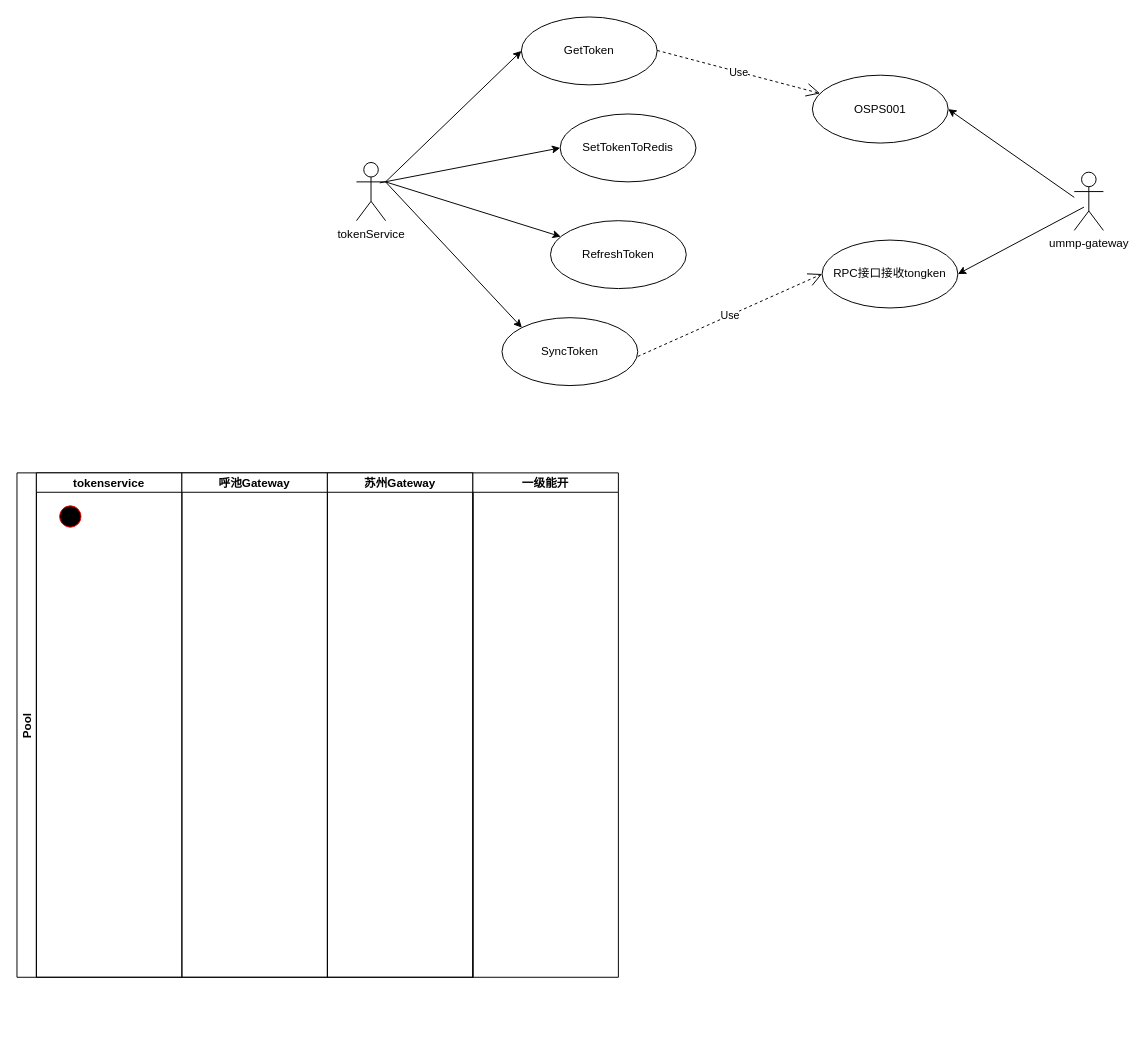
Above: page "用例图" (2 of 2) of 能开token双机房.drawio in hujun8610/doc (draw.io), before the change. Source tidied: cells renumbered, new cells numbered last; positions are measured from the earlier drawing's top-left corner, leaving out a move shared by most shapes. Both pictures are drawn from the tidied source at 97%, with x=0, y=0 at pixel (16, 16).
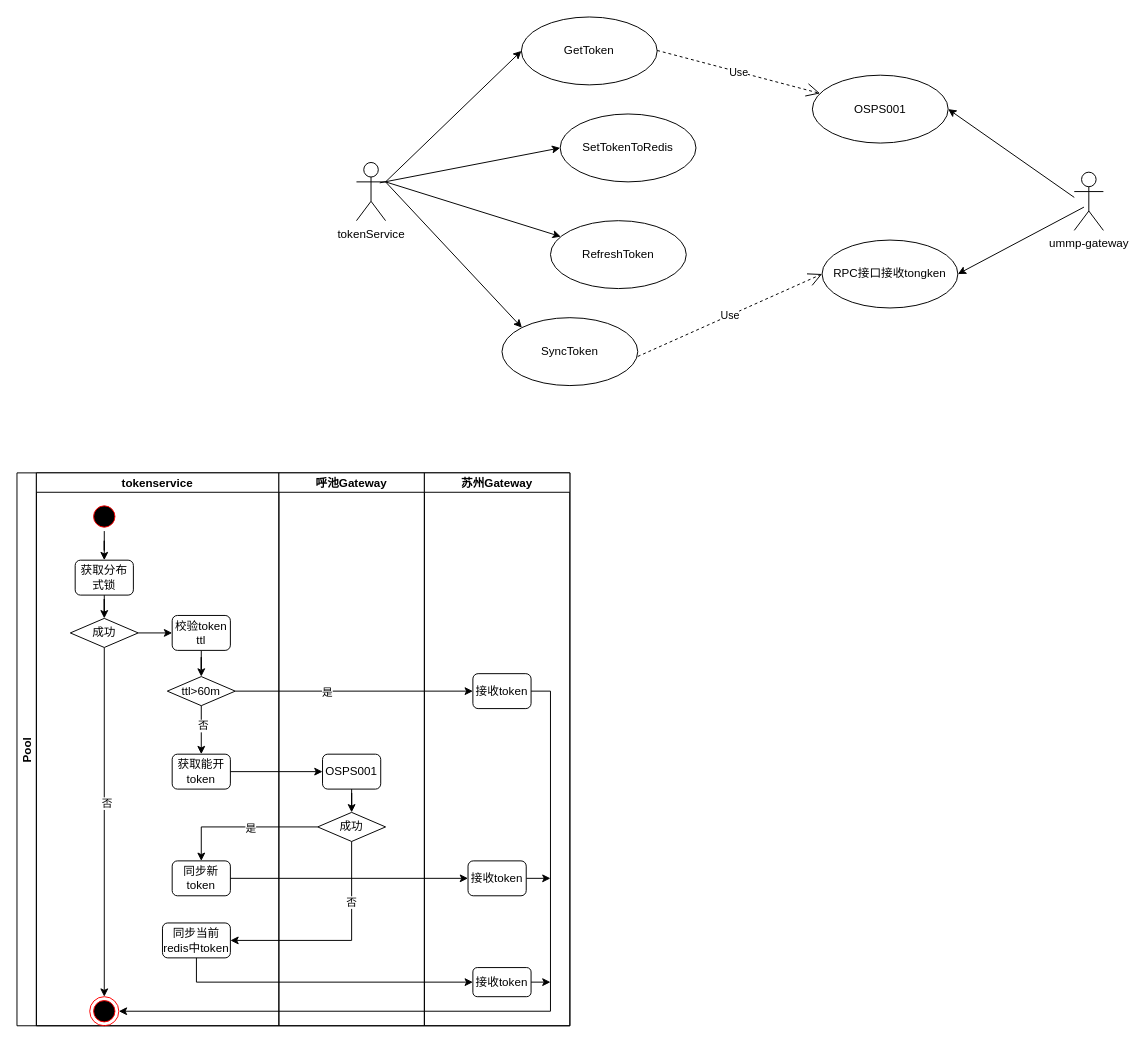
Above is the later version.

Commit message:
更新能开token双机房.drawio

Change to the diagram source:
```diff
@@
     <mxCell id="18" value="Pool" style="swimlane;startSize=20;horizontal=0;" parent="1" vertex="1">
-      <mxGeometry y="470" width="470" height="520" as="geometry" />
+      <mxGeometry y="470" width="570" height="570" as="geometry" />
     </mxCell>
     <mxCell id="19" value="tokenservice" style="swimlane;startSize=20;" parent="18" vertex="1">
-      <mxGeometry x="20" width="150" height="520" as="geometry" />
+      <mxGeometry x="20" width="250" height="570" as="geometry" />
     </mxCell>
+    <mxCell id="24" style="edgeStyle=orthogonalEdgeStyle;rounded=0;jettySize=auto;html=1;" parent="19" edge="1" source="20" target="26">
+      <mxGeometry relative="1" as="geometry" />
+    </mxCell>
     <mxCell id="20" style="ellipse;html=1;shape=startState;fillColor=#000000;strokeColor=#ff0000;" parent="19" vertex="1">
-      <mxGeometry x="20" y="30" width="30" height="30" as="geometry" />
+      <mxGeometry x="55" y="30" width="30" height="30" as="geometry" />
     </mxCell>
+    <mxCell id="25" style="edgeStyle=orthogonalEdgeStyle;rounded=0;jettySize=auto;html=1;exitX=0.5;exitY=1;exitDx=0;exitDy=0;" parent="19" edge="1" source="26" target="30">
+      <mxGeometry relative="1" as="geometry" />
+    </mxCell>
+    <mxCell id="26" value="获取分布式锁" style="rounded=1;whiteSpace=wrap;html=1;" parent="19" vertex="1">
+      <mxGeometry x="40" y="90" width="60" height="36" as="geometry" />
+    </mxCell>
+    <mxCell id="27" style="edgeStyle=orthogonalEdgeStyle;rounded=0;jettySize=auto;html=1;" parent="19" edge="1" source="30" target="31">
+      <mxGeometry relative="1" as="geometry" />
+    </mxCell>
+    <mxCell id="28" value="否" style="edgeLabel;html=1;align=center;verticalAlign=middle;" parent="27" vertex="1">
+      <mxGeometry x="-0.11" y="2" relative="1" as="geometry" />
+    </mxCell>
+    <mxCell id="29" style="edgeStyle=orthogonalEdgeStyle;rounded=0;jettySize=auto;html=1;exitX=1;exitY=0.5;exitDx=0;exitDy=0;entryX=0;entryY=0.5;entryDx=0;entryDy=0;" parent="19" edge="1" source="30" target="33">
+      <mxGeometry relative="1" as="geometry" />
+    </mxCell>
+    <mxCell id="30" value="成功" style="rhombus;whiteSpace=wrap;html=1;" parent="19" vertex="1">
+      <mxGeometry x="35" y="150" width="70" height="30" as="geometry" />
+    </mxCell>
+    <mxCell id="31" style="ellipse;html=1;shape=endState;fillColor=#000000;strokeColor=#ff0000;" parent="19" vertex="1">
+      <mxGeometry x="55" y="540" width="30" height="30" as="geometry" />
+    </mxCell>
+    <mxCell id="32" style="edgeStyle=orthogonalEdgeStyle;rounded=0;jettySize=auto;html=1;entryX=0.5;entryY=0;entryDx=0;entryDy=0;" parent="19" edge="1" source="33" target="36">
+      <mxGeometry relative="1" as="geometry" />
+    </mxCell>
+    <mxCell id="33" value="校验token ttl" style="rounded=1;whiteSpace=wrap;html=1;" parent="19" vertex="1">
+      <mxGeometry x="140" y="147" width="60" height="36" as="geometry" />
+    </mxCell>
+    <mxCell id="34" style="edgeStyle=orthogonalEdgeStyle;rounded=0;jettySize=auto;html=1;entryX=0.5;entryY=0;entryDx=0;entryDy=0;" parent="19" edge="1" source="36" target="37">
+      <mxGeometry relative="1" as="geometry" />
+    </mxCell>
+    <mxCell id="35" value="否" style="edgeLabel;html=1;align=center;verticalAlign=middle;" parent="34" vertex="1">
+      <mxGeometry x="-0.19" y="1" relative="1" as="geometry" />
+    </mxCell>
+    <mxCell id="36" value="ttl&amp;gt;60m" style="rhombus;whiteSpace=wrap;html=1;" parent="19" vertex="1">
+      <mxGeometry x="135" y="210" width="70" height="30" as="geometry" />
+    </mxCell>
+    <mxCell id="37" value="获取能开token" style="rounded=1;whiteSpace=wrap;html=1;" parent="19" vertex="1">
+      <mxGeometry x="140" y="290" width="60" height="36" as="geometry" />
+    </mxCell>
+    <mxCell id="38" value="同步新token" style="rounded=1;whiteSpace=wrap;html=1;" parent="19" vertex="1">
+      <mxGeometry x="140" y="400" width="60" height="36" as="geometry" />
+    </mxCell>
+    <mxCell id="39" value="同步当前redis中token" style="rounded=1;whiteSpace=wrap;html=1;" parent="19" vertex="1">
+      <mxGeometry x="130" y="464" width="70" height="36" as="geometry" />
+    </mxCell>
     <mxCell id="21" value="呼池Gateway" style="swimlane;startSize=20;" parent="18" vertex="1">
-      <mxGeometry x="170" width="150" height="520" as="geometry" />
+      <mxGeometry x="270" width="150" height="570" as="geometry" />
     </mxCell>
+    <mxCell id="40" style="edgeStyle=orthogonalEdgeStyle;rounded=0;jettySize=auto;html=1;exitX=0.5;exitY=1;exitDx=0;exitDy=0;" parent="21" edge="1" source="41" target="42">
+      <mxGeometry relative="1" as="geometry" />
+    </mxCell>
+    <mxCell id="41" value="OSPS001" style="rounded=1;whiteSpace=wrap;html=1;" parent="21" vertex="1">
+      <mxGeometry x="45" y="290" width="60" height="36" as="geometry" />
+    </mxCell>
+    <mxCell id="42" value="成功" style="rhombus;whiteSpace=wrap;html=1;" parent="21" vertex="1">
+      <mxGeometry x="40" y="350" width="70" height="30" as="geometry" />
+    </mxCell>
     <mxCell id="22" value="苏州Gateway" style="swimlane;startSize=20;" parent="18" vertex="1">
-      <mxGeometry x="320" width="150" height="520" as="geometry" />
+      <mxGeometry x="420" width="150" height="570" as="geometry" />
     </mxCell>
-    <mxCell id="23" value="一级能开" style="swimlane;startSize=20;" parent="1" vertex="1">
-      <mxGeometry x="470" y="470" width="150" height="520" as="geometry" />
-    </mxCell>
+    <mxCell id="43" value="接收token" style="rounded=1;whiteSpace=wrap;html=1;" parent="22" vertex="1">
+      <mxGeometry x="50" y="207" width="60" height="36" as="geometry" />
+    </mxCell>
+    <mxCell id="44" style="edgeStyle=orthogonalEdgeStyle;rounded=0;jettySize=auto;html=1;" parent="22" edge="1" source="45">
+      <mxGeometry relative="1" as="geometry">
+        <mxPoint x="130" y="418" as="targetPoint" />
+      </mxGeometry>
+    </mxCell>
+    <mxCell id="45" value="接收token" style="rounded=1;whiteSpace=wrap;html=1;" parent="22" vertex="1">
+      <mxGeometry x="45" y="400" width="60" height="36" as="geometry" />
+    </mxCell>
+    <mxCell id="46" style="edgeStyle=orthogonalEdgeStyle;rounded=0;jettySize=auto;html=1;exitX=1;exitY=0.5;exitDx=0;exitDy=0;" parent="22" edge="1" source="47">
+      <mxGeometry relative="1" as="geometry">
+        <mxPoint x="130" y="525.3" as="targetPoint" />
+      </mxGeometry>
+    </mxCell>
+    <mxCell id="47" value="接收token" style="rounded=1;whiteSpace=wrap;html=1;" parent="22" vertex="1">
+      <mxGeometry x="50" y="510" width="60" height="30" as="geometry" />
+    </mxCell>
+    <mxCell id="48" style="edgeStyle=orthogonalEdgeStyle;rounded=0;jettySize=auto;html=1;entryX=0;entryY=0.5;entryDx=0;entryDy=0;" parent="18" edge="1" source="36" target="43">
+      <mxGeometry relative="1" as="geometry" />
+    </mxCell>
+    <mxCell id="49" value="是" style="edgeLabel;html=1;align=center;verticalAlign=middle;" parent="48" vertex="1">
+      <mxGeometry x="-0.23" y="-1" relative="1" as="geometry" />
+    </mxCell>
+    <mxCell id="50" style="edgeStyle=orthogonalEdgeStyle;rounded=0;jettySize=auto;html=1;" parent="18" edge="1" source="37" target="41">
+      <mxGeometry relative="1" as="geometry" />
+    </mxCell>
+    <mxCell id="51" style="edgeStyle=orthogonalEdgeStyle;rounded=0;jettySize=auto;html=1;entryX=0.5;entryY=0;entryDx=0;entryDy=0;" parent="18" edge="1" source="42" target="38">
+      <mxGeometry relative="1" as="geometry" />
+    </mxCell>
+    <mxCell id="52" value="是" style="edgeLabel;html=1;align=center;verticalAlign=middle;" parent="51" vertex="1">
+      <mxGeometry x="-0.1" y="1" relative="1" as="geometry" />
+    </mxCell>
+    <mxCell id="53" style="edgeStyle=orthogonalEdgeStyle;rounded=0;jettySize=auto;html=1;entryX=0;entryY=0.5;entryDx=0;entryDy=0;" parent="18" edge="1" source="38" target="45">
+      <mxGeometry relative="1" as="geometry" />
+    </mxCell>
+    <mxCell id="54" style="edgeStyle=orthogonalEdgeStyle;rounded=0;jettySize=auto;html=1;entryX=1;entryY=0.5;entryDx=0;entryDy=0;exitX=0.5;exitY=1;exitDx=0;exitDy=0;" parent="18" edge="1" source="42" target="39">
+      <mxGeometry relative="1" as="geometry" />
+    </mxCell>
+    <mxCell id="55" value="否" style="edgeLabel;html=1;align=center;verticalAlign=middle;" parent="54" vertex="1">
+      <mxGeometry x="-0.45" y="-1" relative="1" as="geometry" />
+    </mxCell>
+    <mxCell id="56" style="edgeStyle=orthogonalEdgeStyle;rounded=0;jettySize=auto;html=1;entryX=0;entryY=0.5;entryDx=0;entryDy=0;exitX=0.5;exitY=1;exitDx=0;exitDy=0;" parent="18" edge="1" source="39" target="47">
+      <mxGeometry relative="1" as="geometry" />
+    </mxCell>
+    <mxCell id="57" style="edgeStyle=orthogonalEdgeStyle;rounded=0;jettySize=auto;html=1;entryX=1;entryY=0.5;entryDx=0;entryDy=0;" parent="18" edge="1" source="43" target="31">
+      <mxGeometry relative="1" as="geometry">
+        <Array as="points">
+          <mxPoint x="550" y="225" />
+          <mxPoint x="550" y="555" />
+        </Array>
+      </mxGeometry>
+    </mxCell>
```
